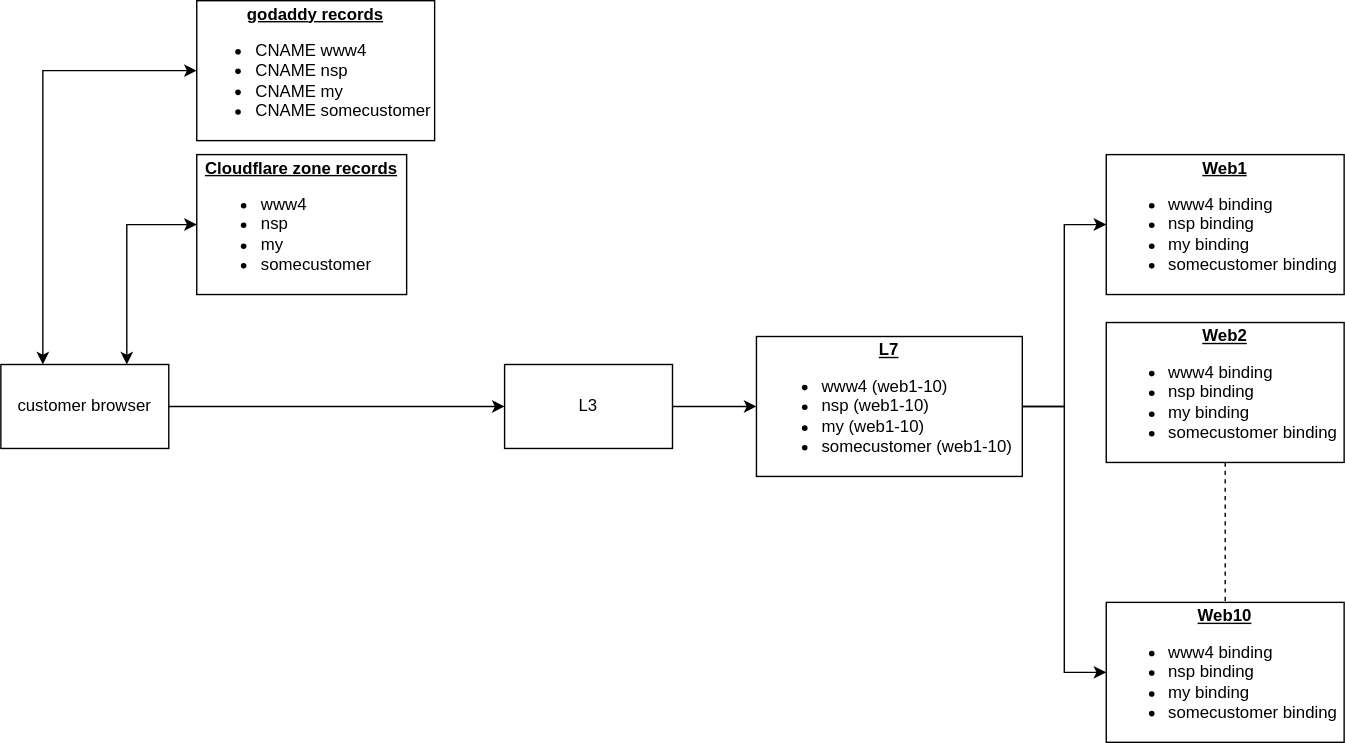
Above: infra/Subdomaintouchpoints.svg in vjavle/invoicecloud (draw.io), before the change. Source tidied: cells renumbered, new cells last; positions are measured from the earlier drawing's top-left corner, leaving out a move shared by most shapes.
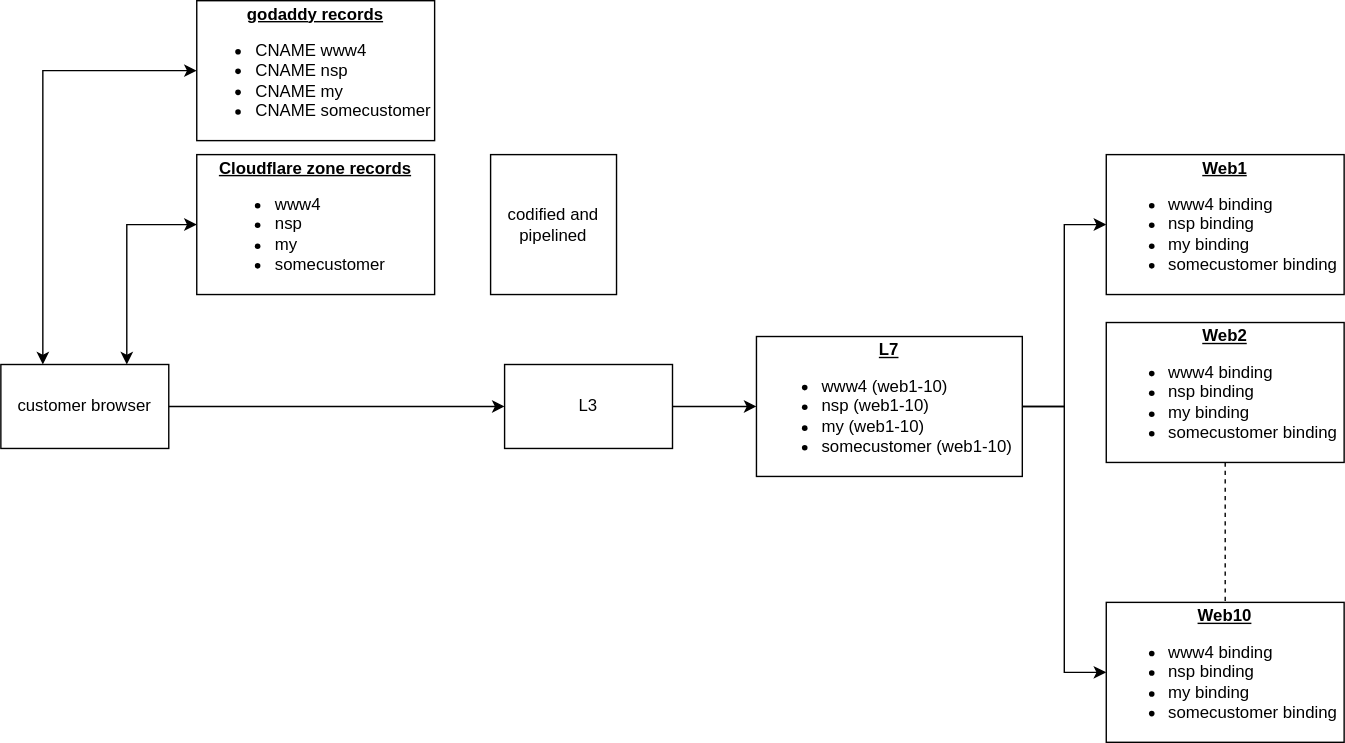
The same diagram one commit later.

What changed in the source:
```diff
@@ -18,7 +18,7 @@
       <mxGeometry x="140" width="170" height="100" as="geometry" />
     </mxCell>
     <mxCell id="7" value="&lt;b&gt;&lt;u&gt;Cloudflare zone records&lt;/u&gt;&lt;/b&gt;&lt;br&gt;&lt;ul&gt;&lt;li style=&quot;text-align: left&quot;&gt;www4&lt;/li&gt;&lt;li style=&quot;text-align: left&quot;&gt;nsp&lt;/li&gt;&lt;li style=&quot;text-align: left&quot;&gt;my&lt;/li&gt;&lt;li style=&quot;text-align: left&quot;&gt;somecustomer&lt;/li&gt;&lt;/ul&gt;" style="rounded=0;whiteSpace=wrap;html=1;" parent="1" vertex="1">
-      <mxGeometry x="140" y="110" width="150" height="100" as="geometry" />
+      <mxGeometry x="140" y="110" width="170" height="100" as="geometry" />
     </mxCell>
     <mxCell id="8" style="edgeStyle=orthogonalEdgeStyle;rounded=0;jettySize=auto;html=1;startArrow=none;startFill=0;" parent="1" edge="1" source="9" target="12">
       <mxGeometry relative="1" as="geometry" />
@@ -47,5 +47,8 @@
     <mxCell id="16" value="&lt;b&gt;&lt;u&gt;Web2&lt;/u&gt;&lt;/b&gt;&lt;br&gt;&lt;ul&gt;&lt;li style=&quot;text-align: left&quot;&gt;www4 binding&lt;/li&gt;&lt;li style=&quot;text-align: left&quot;&gt;nsp binding&lt;/li&gt;&lt;li style=&quot;text-align: left&quot;&gt;my binding&lt;/li&gt;&lt;li style=&quot;text-align: left&quot;&gt;somecustomer binding&lt;/li&gt;&lt;/ul&gt;" style="rounded=0;whiteSpace=wrap;html=1;" parent="1" vertex="1">
       <mxGeometry x="790" y="230" width="170" height="100" as="geometry" />
     </mxCell>
+    <mxCell id="17" value="codified and pipelined" style="rounded=0;whiteSpace=wrap;html=1;" parent="1" vertex="1">
+      <mxGeometry x="350" y="110" width="90" height="100" as="geometry" />
+    </mxCell>
   </root>
 </mxGraphModel>
```
